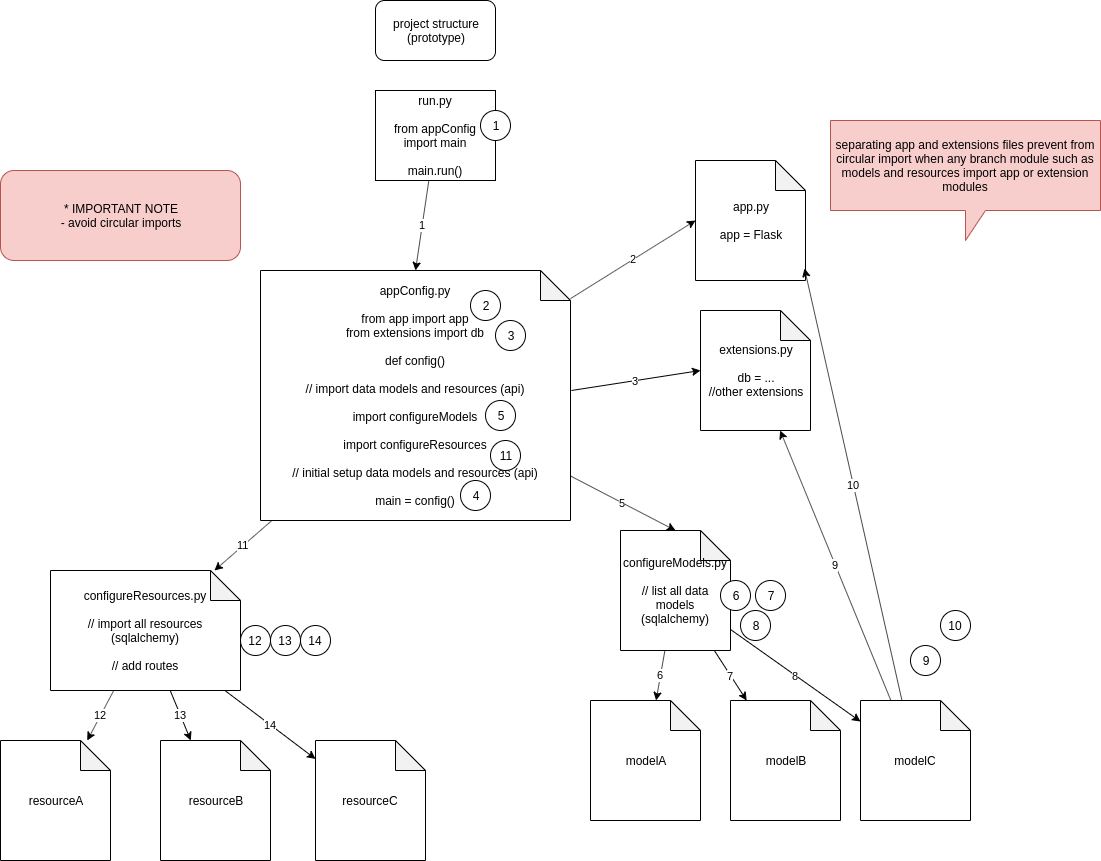
Earlier version of the draw.io export Project_Structure.PNG (stsiwo/python_concept). Source tidied: cells renumbered, new cells last; positions are measured from the earlier drawing's top-left corner, leaving out a move shared by most shapes.
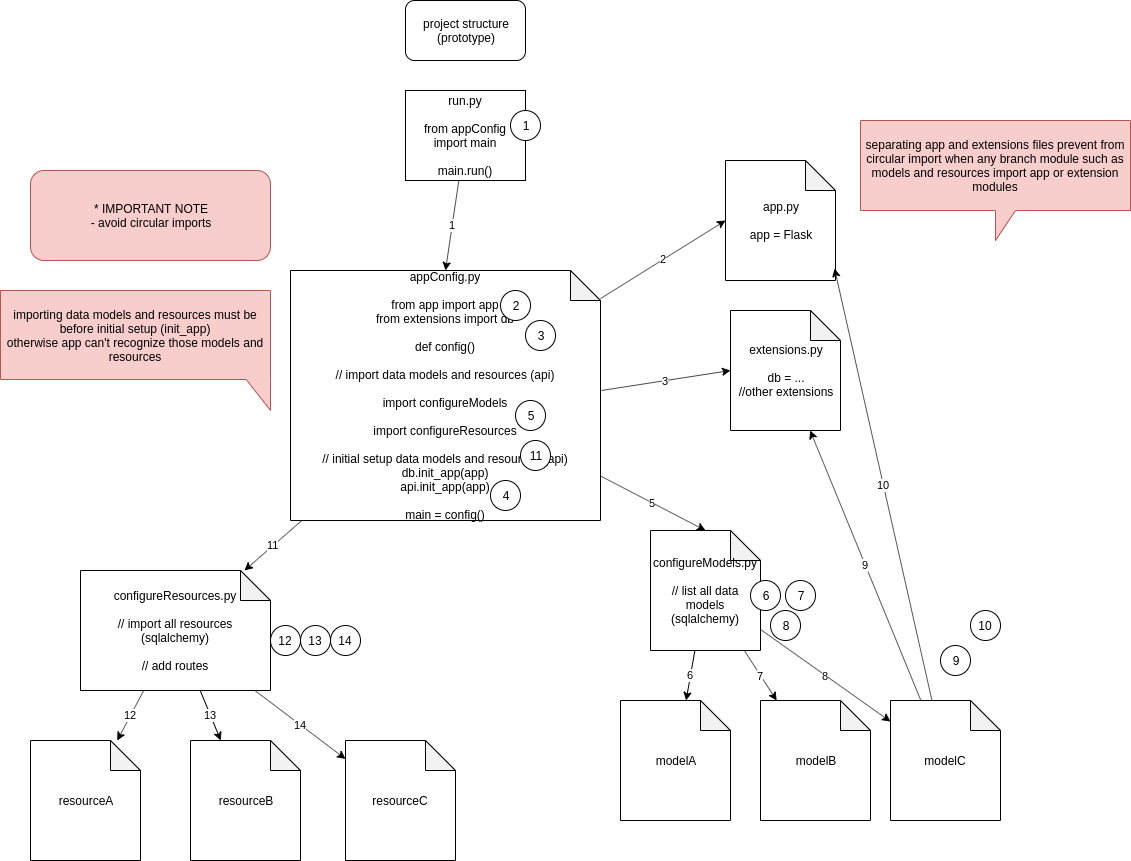
The same file after the commit.

Diff of the diagram source:
```diff
@@ -23,7 +23,7 @@
     <mxCell id="8" value="11" style="edgeStyle=none;rounded=0;jettySize=auto;html=1;" parent="1" edge="1" source="9" target="24">
       <mxGeometry relative="1" as="geometry" />
     </mxCell>
-    <mxCell id="9" value="appConfig.py&lt;br&gt;&lt;br&gt;from app import app&lt;br&gt;from extensions import db&lt;br&gt;&lt;br&gt;def config()&lt;br&gt;&lt;br&gt;// import data models and resources (api)&lt;br&gt;&lt;br&gt;import configureModels&lt;br&gt;&lt;br&gt;import configureResources&lt;br&gt;&lt;br&gt;// initial setup data models and resources (api)&lt;br&gt;&lt;br&gt;main = config()" style="shape=note;whiteSpace=wrap;html=1;backgroundOutline=1;darkOpacity=0.05;" parent="1" vertex="1">
+    <mxCell id="9" value="appConfig.py&lt;br&gt;&lt;br&gt;from app import app&lt;br&gt;from extensions import db&lt;br&gt;&lt;br&gt;def config()&lt;br&gt;&lt;br&gt;// import data models and resources (api)&lt;br&gt;&lt;br&gt;import configureModels&lt;br&gt;&lt;br&gt;import configureResources&lt;br&gt;&lt;br&gt;// initial setup data models and resources (api)&lt;br&gt;db.init_app(app)&lt;br&gt;api.init_app(app)&lt;br&gt;&lt;br&gt;main = config()" style="shape=note;whiteSpace=wrap;html=1;backgroundOutline=1;darkOpacity=0.05;" parent="1" vertex="1">
       <mxGeometry x="260" y="270" width="310" height="250" as="geometry" />
     </mxCell>
     <mxCell id="10" value="app.py&lt;br&gt;&lt;br&gt;app = Flask" style="shape=note;whiteSpace=wrap;html=1;backgroundOutline=1;darkOpacity=0.05;" parent="1" vertex="1">
@@ -128,5 +128,8 @@
     <mxCell id="43" value="14" style="ellipse;whiteSpace=wrap;html=1;" parent="1" vertex="1">
       <mxGeometry x="300" y="625" width="30" height="30" as="geometry" />
     </mxCell>
+    <mxCell id="44" value="importing data models and resources must be before initial setup (init_app)&lt;br&gt;otherwise app can't recognize those models and resources" style="shape=callout;whiteSpace=wrap;html=1;perimeter=calloutPerimeter;fillColor=#f8cecc;strokeColor=#b85450;position2=1;base=55;size=31;position=0.91;" parent="1" vertex="1">
+      <mxGeometry x="-30" y="290" width="270" height="120" as="geometry" />
+    </mxCell>
   </root>
 </mxGraphModel>
```
